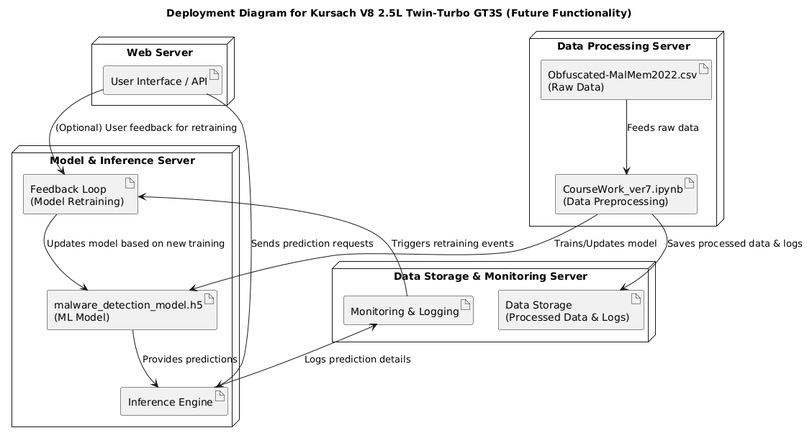
The PlantUML diagram LAB2/Deployment_Diagram.png in YunoSylph/PlantUML-things, before a commit.
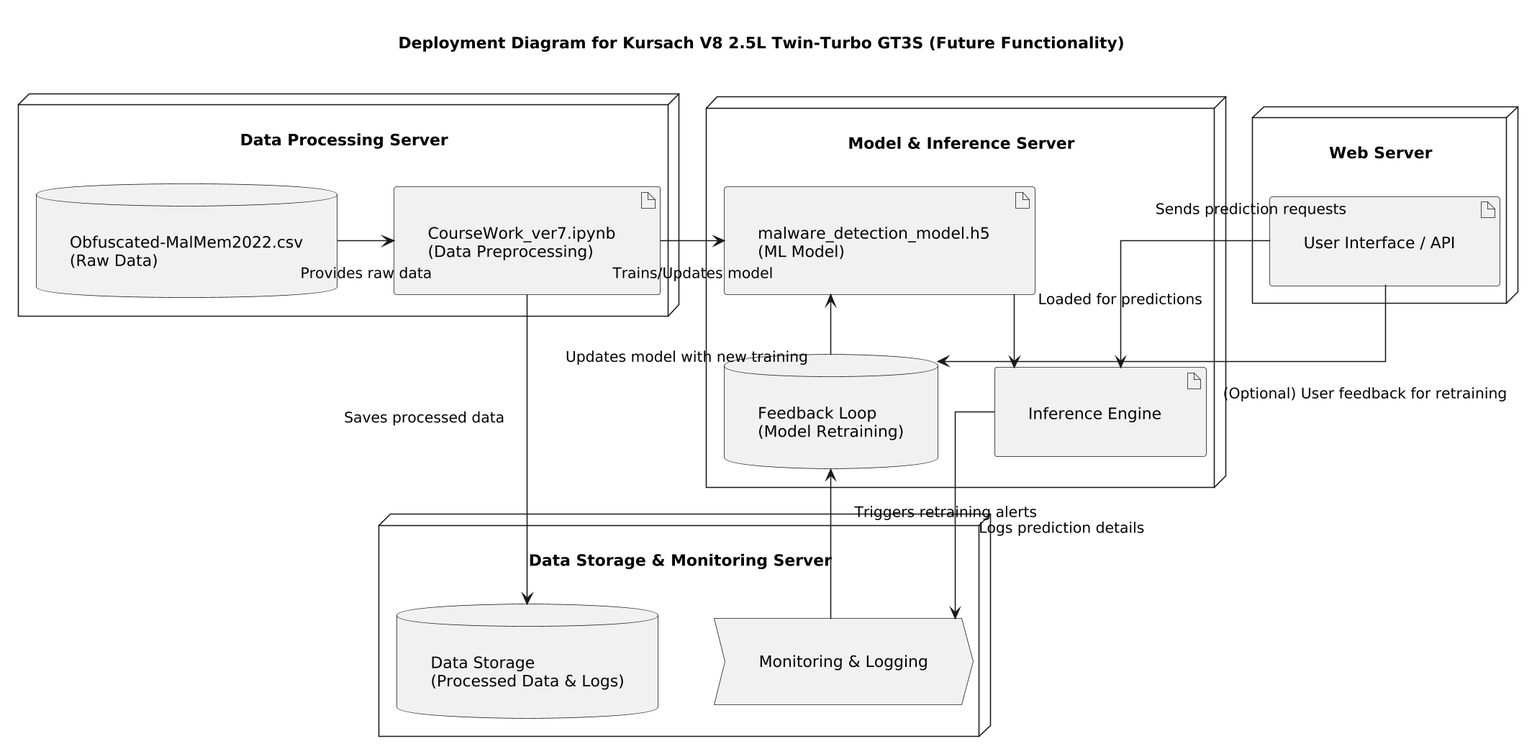
The same file after the commit.

What changed in the source:
```diff
@@ -1,33 +1,39 @@
 @startuml
 title Deployment Diagram for Kursach V8 2.5L Twin-Turbo GT3S (Future Functionality)
 
+skinparam linetype ortho
+skinparam dpi 150
+skinparam padding 20
+skinparam nodesep 50
+skinparam ranksep 50
+
 node "Data Processing Server" {
-  artifact "Obfuscated-MalMem2022.csv\n(Raw Data)" as CSV
+  database "Obfuscated-MalMem2022.csv\n(Raw Data)" as CSV
   artifact "CourseWork_ver7.ipynb\n(Data Preprocessing)" as Notebook
 }
 
 node "Model & Inference Server" {
   artifact "malware_detection_model.h5\n(ML Model)" as Model
   artifact "Inference Engine" as Inference
-  artifact "Feedback Loop\n(Model Retraining)" as Feedback
+  database "Feedback Loop\n(Model Retraining)" as Feedback
 }
 
 node "Data Storage & Monitoring Server" {
-  artifact "Data Storage\n(Processed Data & Logs)" as Storage
-  artifact "Monitoring & Logging" as Monitor
+  database "Data Storage\n(Processed Data & Logs)" as Storage
+  process "Monitoring & Logging" as Monitor
 }
 
 node "Web Server" {
   artifact "User Interface / API" as UI
 }
 
-CSV --> Notebook : Feeds raw data
-Notebook --> Storage : Saves processed data & logs
-Notebook --> Model : Trains/Updates model
-Model --> Inference : Provides predictions
-UI --> Inference : Sends prediction requests
-Inference --> Monitor : Logs prediction details
-Monitor --> Feedback : Triggers retraining events
-Feedback --> Model : Updates model based on new training
-UI --> Feedback : (Optional) User feedback for retraining
+CSV -right-> Notebook : Provides raw data
+Notebook -down-> Storage : Saves processed data
+Notebook -right-> Model : Trains/Updates model
+Model -down-> Inference : Loaded for predictions
+UI -down-> Inference : Sends prediction requests
+Inference -down-> Monitor : Logs prediction details
+Monitor -left-> Feedback : Triggers retraining alerts
+Feedback -up-> Model : Updates model with new training
+UI -down-> Feedback : (Optional) User feedback for retraining
 @enduml
```
